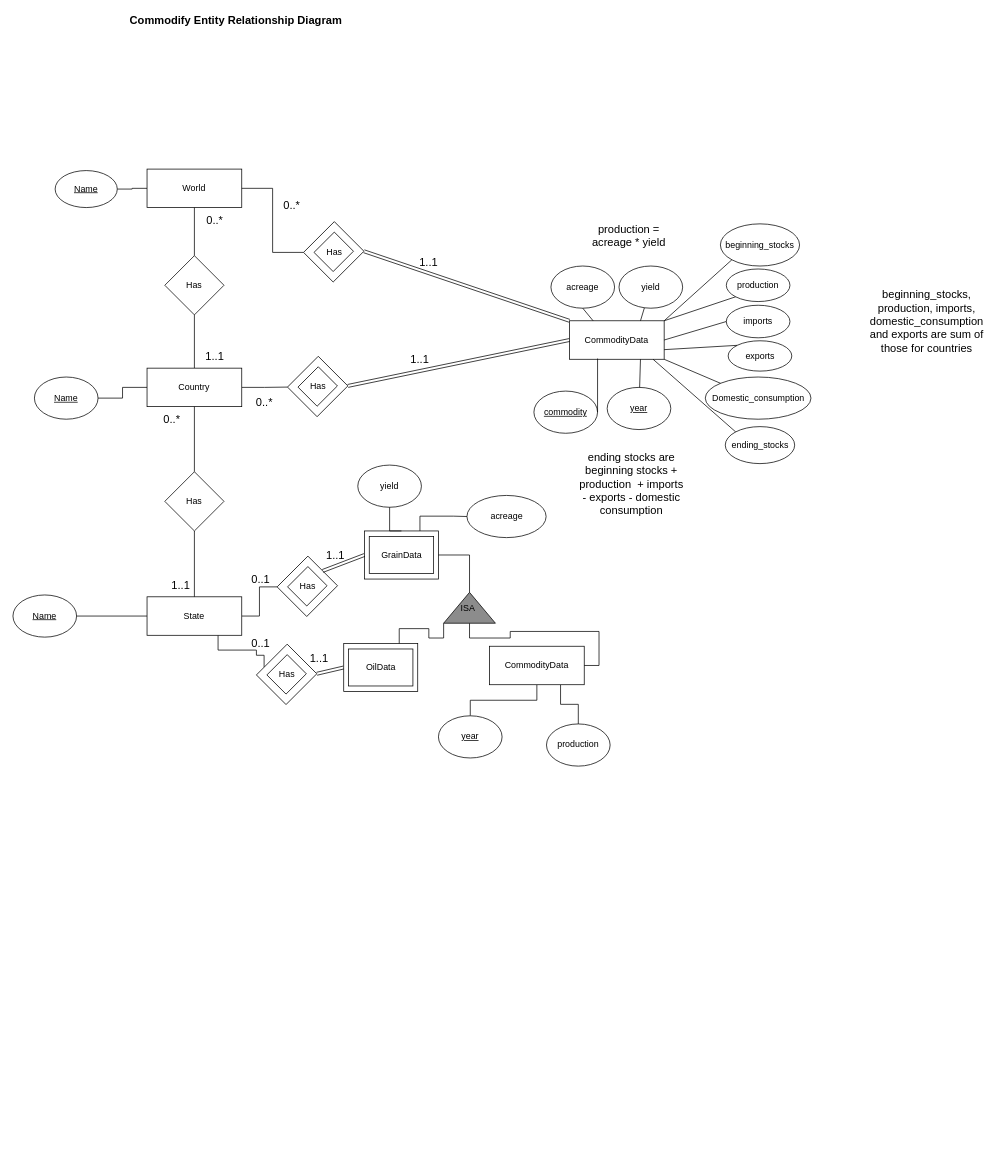
The draw.io diagram documentation/PetersERD.drawio in stevegbrooks/commodify, before the edit. Source tidied: cells renumbered, new cells numbered last; positions are measured from the earlier drawing's top-left corner, leaving out a move shared by most shapes. Both pictures are drawn from the tidied source at 74%, with x=0, y=0 at pixel (13, 13).
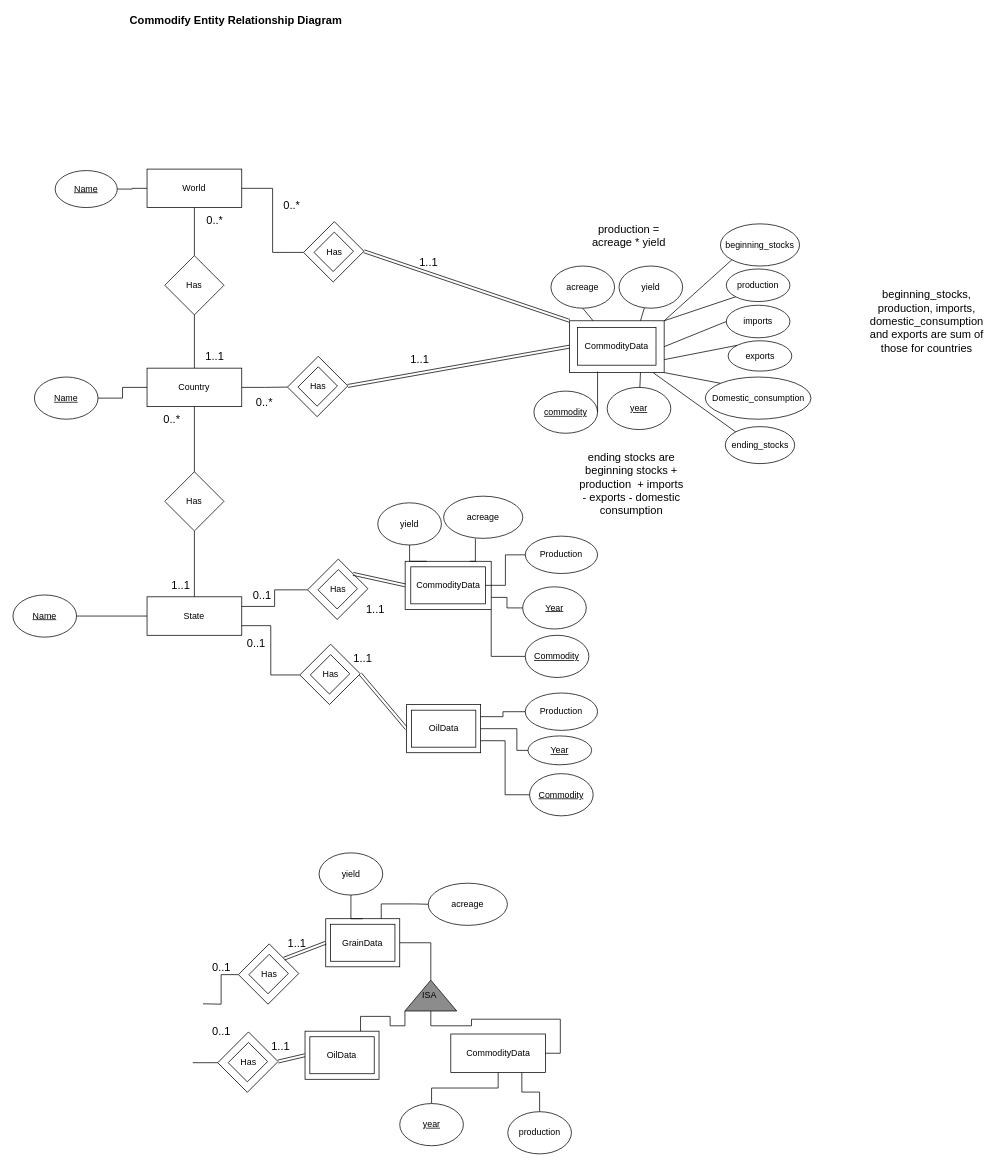
The same diagram, later.

Unchanged cells that the change refers to:
```xml
<mxCell id="21" value="State" style="rounded=0;whiteSpace=wrap;html=1;" parent="1" vertex="1">
  <mxGeometry x="181.2" y="789" width="128" height="52" as="geometry" />
</mxCell>
<mxCell id="46" style="verticalLabelPosition=bottom;verticalAlign=top;html=1;shape=mxgraph.basic.frame;dx=10;rotation=-45;" parent="45" vertex="1">
  <mxGeometry x="11.4" y="12.5" width="58.8" height="56.6" as="geometry" />
</mxCell>
<mxCell id="71" style="verticalLabelPosition=bottom;verticalAlign=top;html=1;shape=mxgraph.basic.frame;dx=10;rotation=-45;" parent="70" vertex="1">
  <mxGeometry x="11.4" y="12.5" width="58.8" height="56.6" as="geometry" />
</mxCell>
```

The edit, as a diff of the source:
```diff
@@
-    <mxCell id="3" value="CommodityData" style="rounded=0;whiteSpace=wrap;html=1;" parent="1" vertex="1">
-      <mxGeometry x="752" y="416" width="128" height="52" as="geometry" />
-    </mxCell>
@@
-    <mxCell id="19" style="edgeStyle=orthogonalEdgeStyle;rounded=0;jettySize=auto;html=1;exitX=1;exitY=0.5;exitDx=0;exitDy=0;entryX=0;entryY=0;entryDx=0;entryDy=0;entryPerimeter=0;endArrow=none;endFill=0;" parent="1" edge="1" source="21" target="46">
-      <mxGeometry relative="1" as="geometry" />
+    <mxCell id="19" style="edgeStyle=orthogonalEdgeStyle;rounded=0;jettySize=auto;html=1;exitX=1;exitY=0.5;exitDx=0;exitDy=0;entryX=0;entryY=0;entryDx=0;entryDy=0;entryPerimeter=0;endArrow=none;endFill=0;" parent="1" edge="1" target="46">
+      <mxGeometry relative="1" as="geometry">
+        <mxPoint x="256.9" y="1339" as="sourcePoint" />
+      </mxGeometry>
     </mxCell>
-    <mxCell id="20" style="edgeStyle=orthogonalEdgeStyle;rounded=0;jettySize=auto;html=1;exitX=0.75;exitY=1;exitDx=0;exitDy=0;entryX=0;entryY=0;entryDx=14.71;entryDy=0;entryPerimeter=0;endArrow=none;endFill=0;" parent="1" edge="1" source="21" target="71">
-      <mxGeometry relative="1" as="geometry">
-        <Array as="points">
-          <mxPoint x="277" y="861" />
-          <mxPoint x="329" y="861" />
-          <mxPoint x="329" y="868" />
-          <mxPoint x="339" y="868" />
-        </Array>
-      </mxGeometry>
-    </mxCell>
@@
     <mxCell id="23" value="&lt;u&gt;year&lt;/u&gt;" style="ellipse;whiteSpace=wrap;html=1;" parent="1" vertex="1">
-      <mxGeometry x="575" y="949.8" width="86" height="57" as="geometry" />
+      <mxGeometry x="522.7" y="1473.8" width="86" height="57" as="geometry" />
     </mxCell>
     <mxCell id="24" value="acreage" style="ellipse;whiteSpace=wrap;html=1;" parent="1" vertex="1">
-      <mxGeometry x="613.5" y="652" width="107" height="57" as="geometry" />
+      <mxGeometry x="561.2" y="1176" width="107" height="57" as="geometry" />
     </mxCell>
     <mxCell id="25" value="yield" style="ellipse;whiteSpace=wrap;html=1;" parent="1" vertex="1">
-      <mxGeometry x="466" y="611" width="86" height="57" as="geometry" />
+      <mxGeometry x="413.7" y="1135" width="86" height="57" as="geometry" />
     </mxCell>
@@
     <mxCell id="36" value="production" style="ellipse;whiteSpace=wrap;html=1;" parent="1" vertex="1">
-      <mxGeometry x="721" y="960.8" width="86" height="57" as="geometry" />
+      <mxGeometry x="668.7" y="1484.8" width="86" height="57" as="geometry" />
     </mxCell>
@@
     <mxCell id="39" value="CommodityData" style="rounded=0;whiteSpace=wrap;html=1;" parent="1" vertex="1">
-      <mxGeometry x="644" y="855.8" width="128" height="52" as="geometry" />
+      <mxGeometry x="591.7" y="1379.8" width="128" height="52" as="geometry" />
     </mxCell>
@@
     <mxCell id="42" style="group;" parent="1" vertex="1">
-      <mxGeometry x="582" y="783" width="70" height="41.7" as="geometry" />
+      <mxGeometry x="529.7" y="1307" width="70" height="41.7" as="geometry" />
     </mxCell>
@@
     <mxCell id="45" style="group;" parent="1" vertex="1">
-      <mxGeometry x="357" y="734" width="81.7" height="81.7" as="geometry" />
+      <mxGeometry x="304.7" y="1258" width="81.7" height="81.7" as="geometry" />
     </mxCell>
@@
     <mxCell id="48" style="group;" parent="1" vertex="1">
-      <mxGeometry x="475" y="700" width="100" height="65" as="geometry" />
+      <mxGeometry x="422.7" y="1224" width="100" height="65" as="geometry" />
     </mxCell>
@@
     <mxCell id="52" style="group;" parent="1" vertex="1">
-      <mxGeometry x="447" y="852" width="100" height="65" as="geometry" />
+      <mxGeometry x="394.7" y="1376" width="100" height="65" as="geometry" />
     </mxCell>
@@
     <mxCell id="59" value="0..1" style="text;html=1;strokeColor=none;fillColor=none;align=center;verticalAlign=middle;whiteSpace=wrap;rounded=0;fontSize=15;" parent="1" vertex="1">
-      <mxGeometry x="314.5" y="755" width="40" height="20" as="geometry" />
+      <mxGeometry x="262.2" y="1279" width="40" height="20" as="geometry" />
     </mxCell>
     <mxCell id="60" value="1..1" style="text;html=1;strokeColor=none;fillColor=none;align=center;verticalAlign=middle;whiteSpace=wrap;rounded=0;fontSize=15;" parent="1" vertex="1">
-      <mxGeometry x="416" y="722.5" width="40" height="20" as="geometry" />
+      <mxGeometry x="363.7" y="1246.5" width="40" height="20" as="geometry" />
     </mxCell>
     <mxCell id="61" value="1..1" style="text;html=1;strokeColor=none;fillColor=none;align=center;verticalAlign=middle;whiteSpace=wrap;rounded=0;fontSize=15;" parent="1" vertex="1">
-      <mxGeometry x="394" y="862" width="40" height="20" as="geometry" />
+      <mxGeometry x="341.7" y="1386" width="40" height="20" as="geometry" />
     </mxCell>
@@
     <mxCell id="70" style="group;" parent="1" vertex="1">
-      <mxGeometry x="329" y="853" width="81.7" height="81.7" as="geometry" />
+      <mxGeometry x="276.7" y="1377" width="81.7" height="81.7" as="geometry" />
     </mxCell>
@@
     <mxCell id="73" value="0..1" style="text;html=1;strokeColor=none;fillColor=none;align=center;verticalAlign=middle;whiteSpace=wrap;rounded=0;fontSize=15;" parent="1" vertex="1">
-      <mxGeometry x="314.5" y="841" width="40" height="20" as="geometry" />
+      <mxGeometry x="262.2" y="1365" width="40" height="20" as="geometry" />
     </mxCell>
@@
+    <mxCell id="95" style="edgeStyle=orthogonalEdgeStyle;rounded=0;jettySize=auto;html=1;exitX=0;exitY=0;exitDx=0;exitDy=0;exitPerimeter=0;endArrow=none;endFill=0;" parent="1" edge="1" source="71">
+      <mxGeometry relative="1" as="geometry">
+        <mxPoint x="243" y="1418.1" as="targetPoint" />
+      </mxGeometry>
+    </mxCell>
+    <mxCell id="96" style="group;" parent="1" vertex="1">
+      <mxGeometry x="752" y="416" width="128" height="70" as="geometry" />
+    </mxCell>
+    <mxCell id="3" style="rounded=0;whiteSpace=wrap;html=1;fillColor=none;" parent="96" vertex="1">
+      <mxGeometry width="128" height="70" as="geometry" />
+    </mxCell>
+    <mxCell id="97" value="CommodityData" style="rounded=0;whiteSpace=wrap;html=1;" parent="96" vertex="1">
+      <mxGeometry x="11" y="9" width="106" height="51" as="geometry" />
+    </mxCell>
+    <mxCell id="98" style="edgeStyle=orthogonalEdgeStyle;rounded=0;jettySize=auto;html=1;exitX=1;exitY=0.25;exitDx=0;exitDy=0;entryX=0;entryY=0;entryDx=0;entryDy=0;entryPerimeter=0;endArrow=none;endFill=0;" parent="1" edge="1" source="21" target="102">
+      <mxGeometry relative="1" as="geometry" />
+    </mxCell>
+    <mxCell id="99" value="acreage" style="ellipse;whiteSpace=wrap;html=1;" parent="1" vertex="1">
+      <mxGeometry x="582" y="653" width="107" height="57" as="geometry" />
+    </mxCell>
+    <mxCell id="100" value="yield" style="ellipse;whiteSpace=wrap;html=1;" parent="1" vertex="1">
+      <mxGeometry x="493" y="662" width="86" height="57" as="geometry" />
+    </mxCell>
+    <mxCell id="101" style="group;" parent="1" vertex="1">
+      <mxGeometry x="398.1" y="738" width="81.7" height="81.7" as="geometry" />
+    </mxCell>
+    <mxCell id="102" style="verticalLabelPosition=bottom;verticalAlign=top;html=1;shape=mxgraph.basic.frame;dx=10;rotation=-45;" parent="101" vertex="1">
+      <mxGeometry x="11.4" y="12.5" width="58.8" height="56.6" as="geometry" />
+    </mxCell>
+    <mxCell id="103" value="Has" style="text;html=1;align=center;verticalAlign=middle;" parent="101" vertex="1">
+      <mxGeometry x="20.8" y="30.8" width="40" height="20" as="geometry" />
+    </mxCell>
+    <mxCell id="104" style="group;" parent="1" vertex="1">
+      <mxGeometry x="530" y="741" width="116.2" height="65" as="geometry" />
+    </mxCell>
+    <mxCell id="105" style="rounded=0;whiteSpace=wrap;html=1;" parent="104" vertex="1">
+      <mxGeometry width="116.3" height="65" as="geometry" />
+    </mxCell>
+    <mxCell id="106" value="CommodityData" style="whiteSpace=wrap;html=1;fillColor=#FFFFFF;" parent="104" vertex="1">
+      <mxGeometry x="7.6" y="7.5" width="101.1" height="50" as="geometry" />
+    </mxCell>
+    <mxCell id="107" style="shape=link;html=1;rounded=0;endArrow=none;endFill=0;strokeColor=#000000;entryX=1;entryY=0.5;entryDx=0;entryDy=0;exitX=0;exitY=0.5;exitDx=0;exitDy=0;entryPerimeter=0;" parent="1" edge="1" source="105" target="102">
+      <mxGeometry relative="1" as="geometry" />
+    </mxCell>
+    <mxCell id="108" style="edgeStyle=orthogonalEdgeStyle;rounded=0;jettySize=auto;html=1;exitX=0.25;exitY=0;exitDx=0;exitDy=0;entryX=0.5;entryY=1;entryDx=0;entryDy=0;endArrow=none;endFill=0;" parent="1" edge="1" source="105" target="100">
+      <mxGeometry relative="1" as="geometry" />
+    </mxCell>
+    <mxCell id="109" style="edgeStyle=orthogonalEdgeStyle;rounded=0;jettySize=auto;html=1;exitX=0.75;exitY=0;exitDx=0;exitDy=0;entryX=0.401;entryY=1.004;entryDx=0;entryDy=0;endArrow=none;endFill=0;entryPerimeter=0;" parent="1" edge="1" source="105" target="99">
+      <mxGeometry relative="1" as="geometry" />
+    </mxCell>
+    <mxCell id="110" value="0..1" style="text;html=1;strokeColor=none;fillColor=none;align=center;verticalAlign=middle;whiteSpace=wrap;rounded=0;fontSize=15;" parent="1" vertex="1">
+      <mxGeometry x="317" y="775.5" width="40" height="20" as="geometry" />
+    </mxCell>
+    <mxCell id="111" value="1..1" style="text;html=1;strokeColor=none;fillColor=none;align=center;verticalAlign=middle;whiteSpace=wrap;rounded=0;fontSize=15;" parent="1" vertex="1">
+      <mxGeometry x="469.8" y="795.5" width="40" height="20" as="geometry" />
+    </mxCell>
+    <mxCell id="112" value="Production" style="ellipse;whiteSpace=wrap;html=1;fillColor=#FFFFFF;" parent="1" vertex="1">
+      <mxGeometry x="692.3" y="707" width="97.7" height="50.5" as="geometry" />
+    </mxCell>
+    <mxCell id="113" style="edgeStyle=orthogonalEdgeStyle;rounded=0;jettySize=auto;html=1;endArrow=none;endFill=0;" parent="1" edge="1" source="106" target="112">
+      <mxGeometry relative="1" as="geometry" />
+    </mxCell>
+    <mxCell id="114" value="&lt;u&gt;Year&lt;/u&gt;" style="ellipse;whiteSpace=wrap;html=1;" parent="1" vertex="1">
+      <mxGeometry x="688.8" y="775.5" width="86" height="57" as="geometry" />
+    </mxCell>
+    <mxCell id="115" style="edgeStyle=orthogonalEdgeStyle;rounded=0;jettySize=auto;html=1;exitX=1;exitY=0.75;exitDx=0;exitDy=0;entryX=0;entryY=0.5;entryDx=0;entryDy=0;endArrow=none;endFill=0;" parent="1" edge="1" source="105" target="114">
+      <mxGeometry relative="1" as="geometry" />
+    </mxCell>
+    <mxCell id="116" value="&lt;u&gt;Commodity&lt;/u&gt;" style="ellipse;whiteSpace=wrap;html=1;" parent="1" vertex="1">
+      <mxGeometry x="692.3" y="841" width="86" height="57" as="geometry" />
+    </mxCell>
+    <mxCell id="117" style="edgeStyle=orthogonalEdgeStyle;rounded=0;jettySize=auto;html=1;exitX=1;exitY=1;exitDx=0;exitDy=0;entryX=0;entryY=0.5;entryDx=0;entryDy=0;endArrow=none;endFill=0;" parent="1" edge="1" source="105" target="116">
+      <mxGeometry relative="1" as="geometry" />
+    </mxCell>
+    <mxCell id="118" style="shape=link;html=1;rounded=0;endArrow=none;endFill=0;strokeColor=#000000;entryX=0;entryY=0.5;entryDx=0;entryDy=0;exitX=1;exitY=1;exitDx=0;exitDy=0;exitPerimeter=0;" parent="1" edge="1" source="124" target="120">
+      <mxGeometry relative="1" as="geometry" />
+    </mxCell>
+    <mxCell id="119" style="group;rotation=90;" parent="1" vertex="1">
+      <mxGeometry x="532" y="934.7" width="100" height="65" as="geometry" />
+    </mxCell>
+    <mxCell id="120" style="rounded=0;whiteSpace=wrap;html=1;" parent="119" vertex="1">
+      <mxGeometry width="100" height="65" as="geometry" />
+    </mxCell>
+    <mxCell id="121" value="OilData" style="whiteSpace=wrap;html=1;fillColor=#FFFFFF;" parent="119" vertex="1">
+      <mxGeometry x="6.5" y="7.5" width="87" height="50" as="geometry" />
+    </mxCell>
+    <mxCell id="122" value="1..1" style="text;html=1;strokeColor=none;fillColor=none;align=center;verticalAlign=middle;whiteSpace=wrap;rounded=0;fontSize=15;" parent="1" vertex="1">
+      <mxGeometry x="452.7" y="862" width="40" height="20" as="geometry" />
+    </mxCell>
+    <mxCell id="123" style="group;" parent="1" vertex="1">
+      <mxGeometry x="387.7" y="853" width="81.7" height="81.7" as="geometry" />
+    </mxCell>
+    <mxCell id="124" style="verticalLabelPosition=bottom;verticalAlign=top;html=1;shape=mxgraph.basic.frame;dx=10;rotation=-45;" parent="123" vertex="1">
+      <mxGeometry x="11.4" y="12.5" width="58.8" height="56.6" as="geometry" />
+    </mxCell>
+    <mxCell id="125" value="Has" style="text;html=1;align=center;verticalAlign=middle;" parent="123" vertex="1">
+      <mxGeometry x="20.8" y="30.8" width="40" height="20" as="geometry" />
+    </mxCell>
+    <mxCell id="126" value="0..1" style="text;html=1;strokeColor=none;fillColor=none;align=center;verticalAlign=middle;whiteSpace=wrap;rounded=0;fontSize=15;" parent="1" vertex="1">
+      <mxGeometry x="309.3" y="841" width="40" height="20" as="geometry" />
+    </mxCell>
+    <mxCell id="127" style="edgeStyle=orthogonalEdgeStyle;rounded=0;jettySize=auto;html=1;exitX=0;exitY=0;exitDx=0;exitDy=0;exitPerimeter=0;endArrow=none;endFill=0;entryX=1;entryY=0.75;entryDx=0;entryDy=0;" parent="1" edge="1" source="124" target="21">
+      <mxGeometry relative="1" as="geometry" />
+    </mxCell>
+    <mxCell id="128" value="Production" style="ellipse;whiteSpace=wrap;html=1;fillColor=#FFFFFF;" parent="1" vertex="1">
+      <mxGeometry x="692.3" y="919" width="97.7" height="50.5" as="geometry" />
+    </mxCell>
+    <mxCell id="129" value="&lt;u&gt;Year&lt;/u&gt;" style="ellipse;whiteSpace=wrap;html=1;" parent="1" vertex="1">
+      <mxGeometry x="696" y="977" width="86" height="39" as="geometry" />
+    </mxCell>
+    <mxCell id="130" style="edgeStyle=orthogonalEdgeStyle;rounded=0;jettySize=auto;html=1;exitX=1;exitY=0.5;exitDx=0;exitDy=0;entryX=0;entryY=0.5;entryDx=0;entryDy=0;endArrow=none;endFill=0;" parent="1" edge="1" source="120" target="129">
+      <mxGeometry relative="1" as="geometry">
+        <Array as="points">
+          <mxPoint x="681" y="967" />
+          <mxPoint x="681" y="996" />
+        </Array>
+      </mxGeometry>
+    </mxCell>
+    <mxCell id="131" value="&lt;u&gt;Commodity&lt;/u&gt;" style="ellipse;whiteSpace=wrap;html=1;" parent="1" vertex="1">
+      <mxGeometry x="698.1" y="1028" width="86" height="57" as="geometry" />
+    </mxCell>
+    <mxCell id="132" style="edgeStyle=orthogonalEdgeStyle;rounded=0;jettySize=auto;html=1;exitX=1;exitY=0.75;exitDx=0;exitDy=0;entryX=0;entryY=0.5;entryDx=0;entryDy=0;endArrow=none;endFill=0;" parent="1" edge="1" source="120" target="131">
+      <mxGeometry relative="1" as="geometry" />
+    </mxCell>
+    <mxCell id="133" style="edgeStyle=orthogonalEdgeStyle;rounded=0;jettySize=auto;html=1;exitX=1;exitY=0.25;exitDx=0;exitDy=0;entryX=0;entryY=0.5;entryDx=0;entryDy=0;endArrow=none;endFill=0;" parent="1" edge="1" source="120" target="128">
+      <mxGeometry relative="1" as="geometry" />
+    </mxCell>
```
